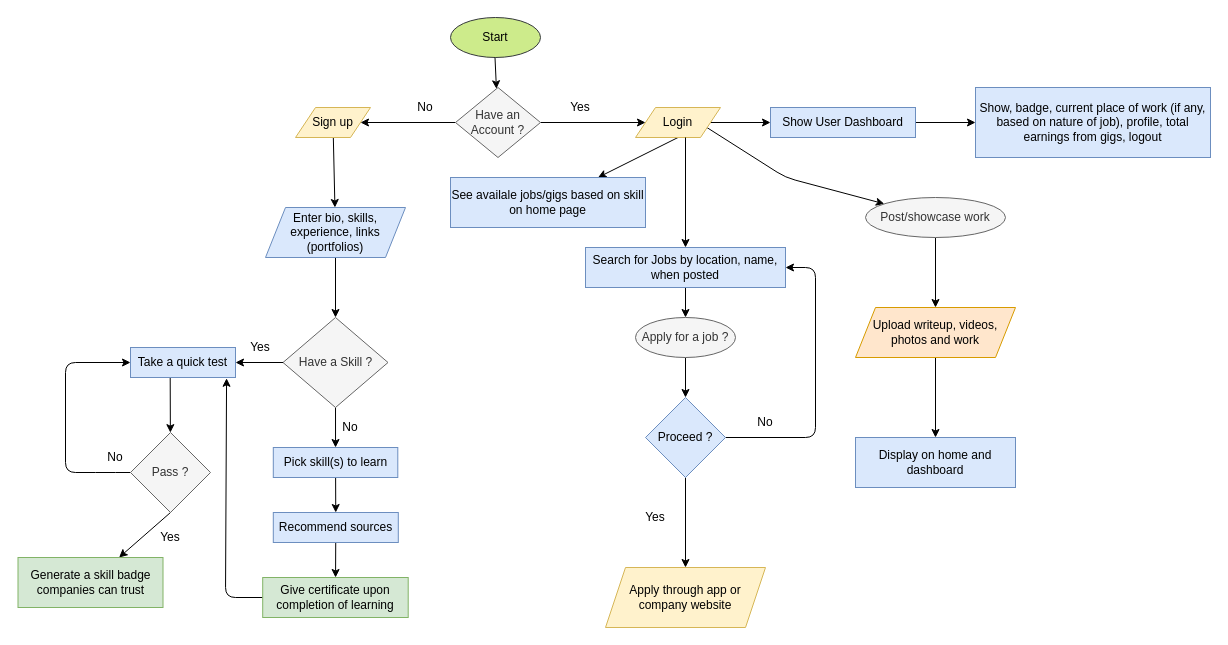
Earlier version of the draw.io diagram MVP/infrastructure/youth_flow.drawio (DanielIdoko/Flarr). Source tidied: cells renumbered, new cells numbered last; positions are measured from the earlier drawing's top-left corner, leaving out a move shared by most shapes. Both pictures are drawn from the tidied source at 100%, with x=0, y=0 at pixel (17, 17).
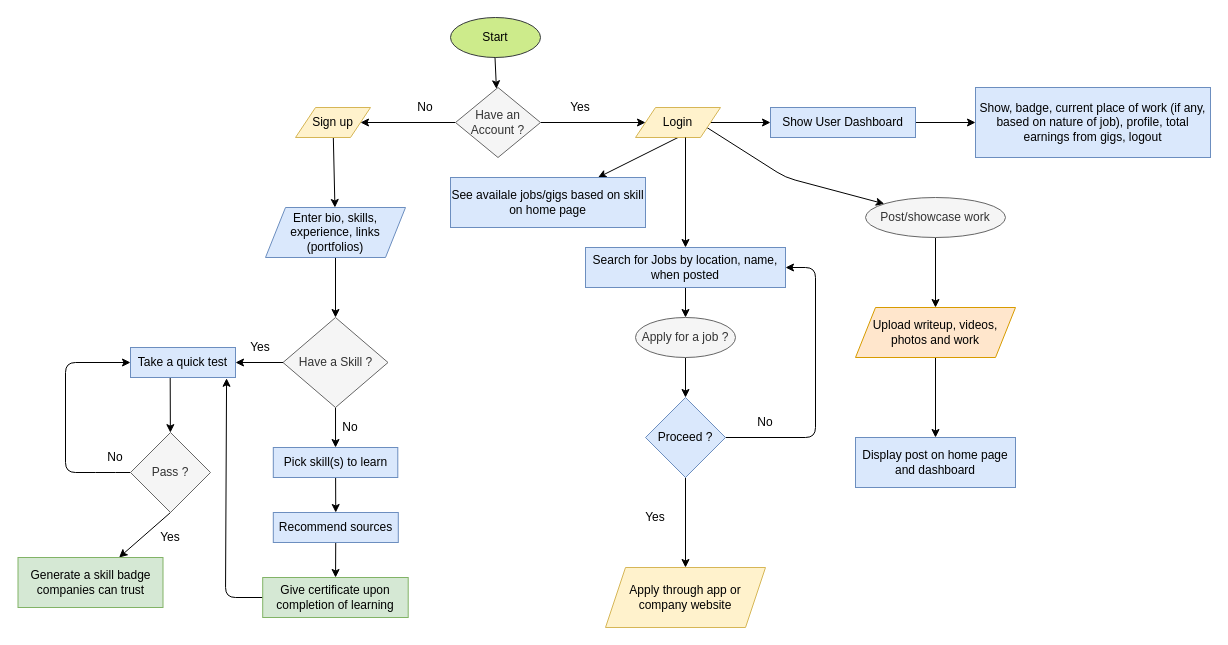
The same page after the edit.

What changed in the source:
```diff
@@
-    <mxCell id="55" value="Display on home and dashboard" style="whiteSpace=wrap;html=1;fillColor=#dae8fc;strokeColor=#6c8ebf;" parent="1" vertex="1">
+    <mxCell id="55" value="Display post on home page and dashboard" style="whiteSpace=wrap;html=1;fillColor=#dae8fc;strokeColor=#6c8ebf;" parent="1" vertex="1">
       <mxGeometry x="838" y="420" width="160" height="50" as="geometry" />
     </mxCell>
```
